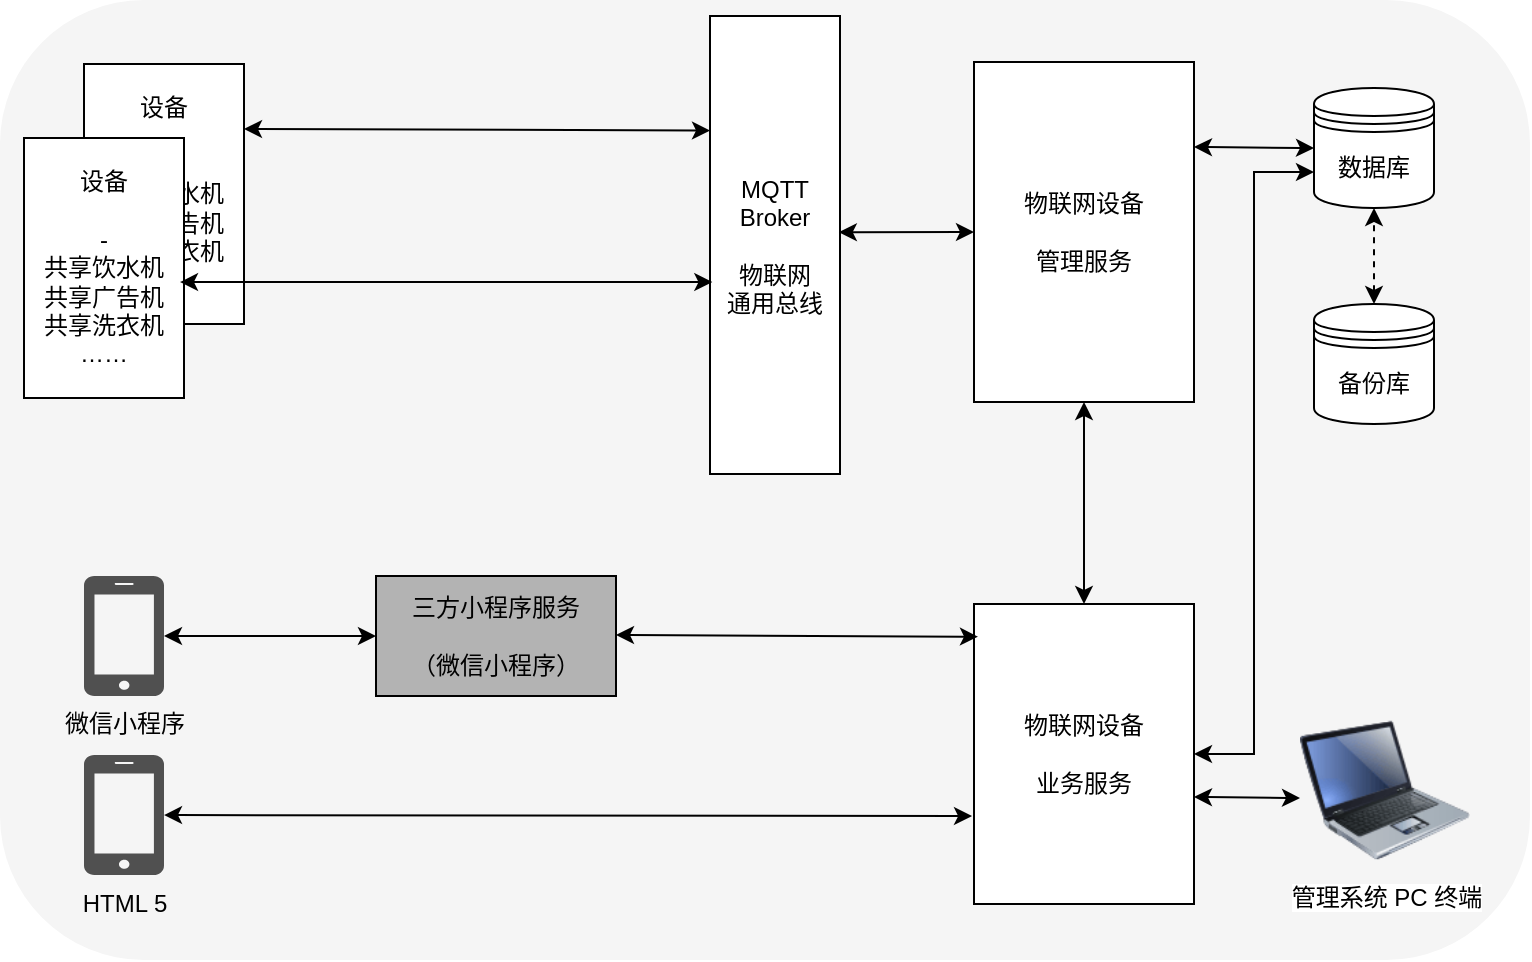
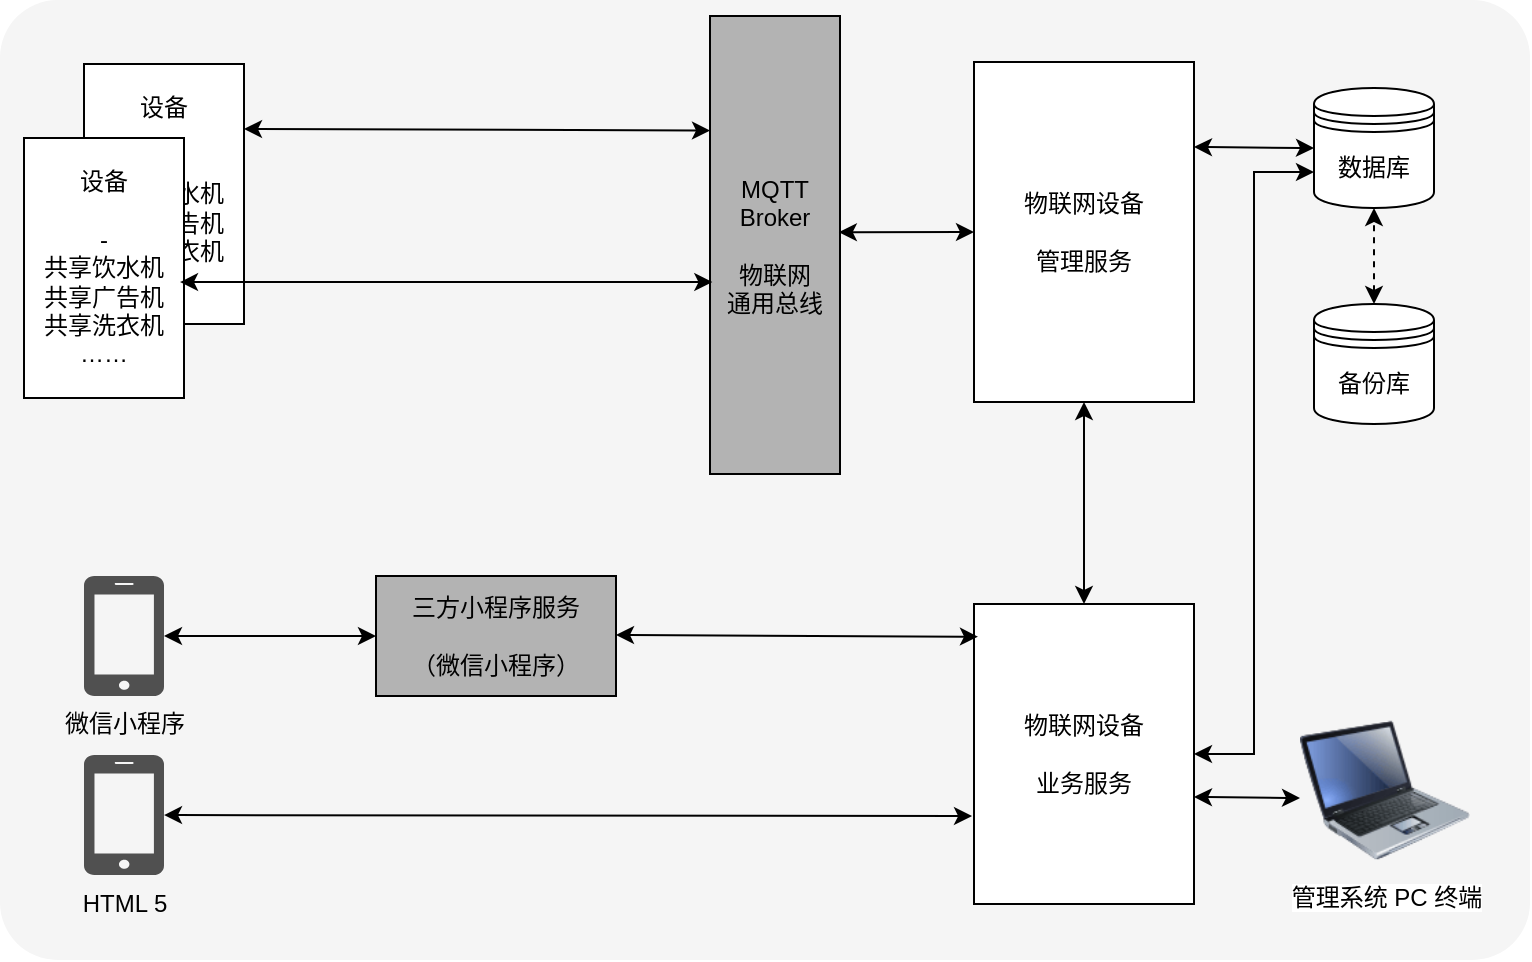
<mxfile host="app.diagrams.net">
  <diagram id="C5RBs43oDa-KdzZeNtuy" name="第 1 页">
    <mxGraphModel dx="1360" dy="843" grid="1" gridSize="10" guides="1" tooltips="1" connect="1" arrows="1" fold="1" page="1" pageScale="1" pageWidth="827" pageHeight="1169" math="0" shadow="0">
      <root>
        <mxCell id="WIyWlLk6GJQsqaUBKTNV-0" />
        <mxCell id="WIyWlLk6GJQsqaUBKTNV-1" parent="WIyWlLk6GJQsqaUBKTNV-0" />
-         <mxCell id="qAyuwfmOVgvhHWZnBFao-27" parent="WIyWlLk6GJQsqaUBKTNV-1" style="rounded=1;whiteSpace=wrap;html=1;fillColor=#f5f5f5;strokeColor=none;fontColor=#333333;" value="" vertex="1">
+         <mxCell id="qAyuwfmOVgvhHWZnBFao-27" parent="WIyWlLk6GJQsqaUBKTNV-1" style="rounded=1;whiteSpace=wrap;html=1;fillColor=#f5f5f5;strokeColor=none;fontColor=#333333;glass=0;shadow=0;arcSize=6;" value="" vertex="1">
          <mxGeometry height="480" width="765" x="23" y="48" as="geometry" />
        </mxCell>
-         <mxCell id="qAyuwfmOVgvhHWZnBFao-0" parent="WIyWlLk6GJQsqaUBKTNV-1" style="rounded=0;whiteSpace=wrap;html=1;" value="&lt;div&gt;MQTT&lt;/div&gt;&lt;div&gt;Broker&lt;/div&gt;&lt;div&gt;&lt;br&gt;&lt;/div&gt;&lt;div&gt;物联网&lt;/div&gt;&lt;div&gt;通用总线&lt;/div&gt;" vertex="1">
+         <mxCell id="qAyuwfmOVgvhHWZnBFao-0" parent="WIyWlLk6GJQsqaUBKTNV-1" style="rounded=0;whiteSpace=wrap;html=1;fillColor=#B3B3B3;" value="&lt;div&gt;MQTT&lt;/div&gt;&lt;div&gt;Broker&lt;/div&gt;&lt;div&gt;&lt;br&gt;&lt;/div&gt;&lt;div&gt;物联网&lt;/div&gt;&lt;div&gt;通用总线&lt;/div&gt;" vertex="1">
          <mxGeometry height="229" width="65" x="378" y="56" as="geometry" />
        </mxCell>
        <mxCell id="qAyuwfmOVgvhHWZnBFao-1" parent="WIyWlLk6GJQsqaUBKTNV-1" style="sketch=0;pointerEvents=1;shadow=0;dashed=0;html=1;strokeColor=none;fillColor=#505050;labelPosition=center;verticalLabelPosition=bottom;verticalAlign=top;outlineConnect=0;align=center;shape=mxgraph.office.devices.cell_phone_iphone_standalone;" value="微信小程序" vertex="1">
          <mxGeometry height="60" width="40" x="65" y="336" as="geometry" />
        </mxCell>
        <mxCell id="qAyuwfmOVgvhHWZnBFao-3" parent="WIyWlLk6GJQsqaUBKTNV-1" style="rounded=0;whiteSpace=wrap;html=1;" value="&lt;div&gt;物联网设备&lt;/div&gt;&lt;div&gt;&lt;br&gt;&lt;/div&gt;&lt;div&gt;管理服务&lt;/div&gt;" vertex="1">
          <mxGeometry height="170" width="110" x="510" y="79" as="geometry" />
        </mxCell>
        <mxCell id="qAyuwfmOVgvhHWZnBFao-4" parent="WIyWlLk6GJQsqaUBKTNV-1" style="rounded=0;whiteSpace=wrap;html=1;" value="&lt;div&gt;设备&lt;/div&gt;&lt;div&gt;&lt;br&gt;&lt;/div&gt;&lt;div&gt;-&lt;/div&gt;&lt;div&gt;共享饮水机&lt;/div&gt;&lt;div&gt;共享广告机&lt;/div&gt;&lt;div&gt;共享洗衣机&lt;/div&gt;&lt;div&gt;……&lt;/div&gt;" vertex="1">
          <mxGeometry height="130" width="80" x="65" y="80" as="geometry" />
        </mxCell>
        <mxCell id="qAyuwfmOVgvhHWZnBFao-5" parent="WIyWlLk6GJQsqaUBKTNV-1" style="rounded=0;whiteSpace=wrap;html=1;" value="&lt;div&gt;设备&lt;/div&gt;&lt;div&gt;&lt;br&gt;&lt;/div&gt;&lt;div&gt;-&lt;/div&gt;&lt;div&gt;共享饮水机&lt;/div&gt;&lt;div&gt;共享广告机&lt;/div&gt;&lt;div&gt;共享洗衣机&lt;/div&gt;&lt;div&gt;……&lt;/div&gt;" vertex="1">
          <mxGeometry height="130" width="80" x="35" y="117" as="geometry" />
        </mxCell>
        <mxCell id="qAyuwfmOVgvhHWZnBFao-6" edge="1" parent="WIyWlLk6GJQsqaUBKTNV-1" source="qAyuwfmOVgvhHWZnBFao-4" style="endArrow=classic;html=1;rounded=0;entryX=0;entryY=0.25;entryDx=0;entryDy=0;exitX=1;exitY=0.25;exitDx=0;exitDy=0;startArrow=classic;startFill=1;" target="qAyuwfmOVgvhHWZnBFao-0" value="">
          <mxGeometry height="50" relative="1" width="50" as="geometry">
            <mxPoint x="355" y="400" as="sourcePoint" />
            <mxPoint x="405" y="350" as="targetPoint" />
          </mxGeometry>
        </mxCell>
        <mxCell id="qAyuwfmOVgvhHWZnBFao-7" edge="1" parent="WIyWlLk6GJQsqaUBKTNV-1" source="qAyuwfmOVgvhHWZnBFao-5" style="endArrow=classic;html=1;rounded=0;entryX=0.018;entryY=0.581;entryDx=0;entryDy=0;exitX=0.975;exitY=0.554;exitDx=0;exitDy=0;entryPerimeter=0;exitPerimeter=0;startArrow=classic;startFill=1;" target="qAyuwfmOVgvhHWZnBFao-0" value="">
          <mxGeometry height="50" relative="1" width="50" as="geometry">
            <mxPoint x="115" y="187" as="sourcePoint" />
            <mxPoint x="245" y="187" as="targetPoint" />
          </mxGeometry>
        </mxCell>
        <mxCell id="qAyuwfmOVgvhHWZnBFao-9" edge="1" parent="WIyWlLk6GJQsqaUBKTNV-1" source="qAyuwfmOVgvhHWZnBFao-3" style="endArrow=classic;html=1;rounded=0;entryX=0.991;entryY=0.472;entryDx=0;entryDy=0;entryPerimeter=0;exitX=0;exitY=0.5;exitDx=0;exitDy=0;startArrow=classic;startFill=1;" target="qAyuwfmOVgvhHWZnBFao-0" value="">
          <mxGeometry height="50" relative="1" width="50" as="geometry">
            <mxPoint x="415" y="400" as="sourcePoint" />
            <mxPoint x="465" y="350" as="targetPoint" />
          </mxGeometry>
        </mxCell>
        <mxCell id="qAyuwfmOVgvhHWZnBFao-10" parent="WIyWlLk6GJQsqaUBKTNV-1" style="rounded=0;whiteSpace=wrap;html=1;" value="&lt;div&gt;物联网设备&lt;/div&gt;&lt;div&gt;&lt;br&gt;&lt;/div&gt;&lt;div&gt;业务服务&lt;/div&gt;" vertex="1">
          <mxGeometry height="150" width="110" x="510" y="350" as="geometry" />
        </mxCell>
        <mxCell id="qAyuwfmOVgvhHWZnBFao-11" parent="WIyWlLk6GJQsqaUBKTNV-1" style="sketch=0;pointerEvents=1;shadow=0;dashed=0;html=1;strokeColor=none;fillColor=#505050;labelPosition=center;verticalLabelPosition=bottom;verticalAlign=top;outlineConnect=0;align=center;shape=mxgraph.office.devices.cell_phone_iphone_standalone;" value="HTML 5" vertex="1">
          <mxGeometry height="60" width="40" x="65" y="425.5" as="geometry" />
        </mxCell>
        <mxCell id="qAyuwfmOVgvhHWZnBFao-19" edge="1" parent="WIyWlLk6GJQsqaUBKTNV-1" source="qAyuwfmOVgvhHWZnBFao-20" style="edgeStyle=orthogonalEdgeStyle;rounded=0;orthogonalLoop=1;jettySize=auto;html=1;startArrow=classic;startFill=1;exitX=0;exitY=0.7;exitDx=0;exitDy=0;" target="qAyuwfmOVgvhHWZnBFao-10" value="">
          <mxGeometry relative="1" as="geometry">
            <Array as="points">
              <mxPoint x="650" y="134" />
              <mxPoint x="650" y="425" />
            </Array>
          </mxGeometry>
        </mxCell>
        <mxCell id="qAyuwfmOVgvhHWZnBFao-12" parent="WIyWlLk6GJQsqaUBKTNV-1" style="image;html=1;image=img/lib/clip_art/computers/Laptop_128x128.png" value="管理系统 PC 终端" vertex="1">
          <mxGeometry height="80" width="85" x="673" y="403" as="geometry" />
        </mxCell>
        <mxCell id="qAyuwfmOVgvhHWZnBFao-13" parent="WIyWlLk6GJQsqaUBKTNV-1" style="rounded=0;whiteSpace=wrap;html=1;fillColor=#B3B3B3;" value="&lt;div&gt;三方小程序服务&lt;/div&gt;&lt;div&gt;&lt;br&gt;&lt;/div&gt;&lt;div&gt;（微信小程序）&lt;/div&gt;" vertex="1">
          <mxGeometry height="60" width="120" x="211" y="336" as="geometry" />
        </mxCell>
        <mxCell id="qAyuwfmOVgvhHWZnBFao-14" edge="1" parent="WIyWlLk6GJQsqaUBKTNV-1" source="qAyuwfmOVgvhHWZnBFao-1" style="endArrow=classic;startArrow=classic;html=1;rounded=0;entryX=0;entryY=0.5;entryDx=0;entryDy=0;" target="qAyuwfmOVgvhHWZnBFao-13" value="">
          <mxGeometry height="50" relative="1" width="50" as="geometry">
            <mxPoint x="355" y="365" as="sourcePoint" />
            <mxPoint x="405" y="315" as="targetPoint" />
          </mxGeometry>
        </mxCell>
        <mxCell id="qAyuwfmOVgvhHWZnBFao-15" edge="1" parent="WIyWlLk6GJQsqaUBKTNV-1" source="qAyuwfmOVgvhHWZnBFao-11" style="endArrow=classic;startArrow=classic;html=1;rounded=0;entryX=-0.009;entryY=0.707;entryDx=0;entryDy=0;entryPerimeter=0;" target="qAyuwfmOVgvhHWZnBFao-10" value="">
          <mxGeometry height="50" relative="1" width="50" as="geometry">
            <mxPoint x="355" y="371" as="sourcePoint" />
            <mxPoint x="505" y="451" as="targetPoint" />
          </mxGeometry>
        </mxCell>
        <mxCell id="qAyuwfmOVgvhHWZnBFao-16" edge="1" parent="WIyWlLk6GJQsqaUBKTNV-1" style="endArrow=classic;startArrow=classic;html=1;rounded=0;entryX=0.018;entryY=0.109;entryDx=0;entryDy=0;entryPerimeter=0;" target="qAyuwfmOVgvhHWZnBFao-10" value="">
          <mxGeometry height="50" relative="1" width="50" as="geometry">
            <mxPoint x="331" y="365.5" as="sourcePoint" />
            <mxPoint x="437" y="365.5" as="targetPoint" />
          </mxGeometry>
        </mxCell>
        <mxCell id="qAyuwfmOVgvhHWZnBFao-17" edge="1" parent="WIyWlLk6GJQsqaUBKTNV-1" source="qAyuwfmOVgvhHWZnBFao-10" style="endArrow=classic;startArrow=classic;html=1;rounded=0;entryX=0.5;entryY=1;entryDx=0;entryDy=0;exitX=0.5;exitY=0;exitDx=0;exitDy=0;" target="qAyuwfmOVgvhHWZnBFao-3" value="">
          <mxGeometry height="50" relative="1" width="50" as="geometry">
            <mxPoint x="355" y="371" as="sourcePoint" />
            <mxPoint x="565" y="321" as="targetPoint" />
          </mxGeometry>
        </mxCell>
        <mxCell id="qAyuwfmOVgvhHWZnBFao-20" parent="WIyWlLk6GJQsqaUBKTNV-1" style="shape=datastore;whiteSpace=wrap;html=1;" value="数据库" vertex="1">
          <mxGeometry height="60" width="60" x="680" y="92" as="geometry" />
        </mxCell>
        <mxCell id="qAyuwfmOVgvhHWZnBFao-22" parent="WIyWlLk6GJQsqaUBKTNV-1" style="shape=datastore;whiteSpace=wrap;html=1;" value="备份库" vertex="1">
          <mxGeometry height="60" width="60" x="680" y="200" as="geometry" />
        </mxCell>
        <mxCell id="qAyuwfmOVgvhHWZnBFao-23" edge="1" parent="WIyWlLk6GJQsqaUBKTNV-1" source="qAyuwfmOVgvhHWZnBFao-3" style="endArrow=classic;startArrow=classic;html=1;rounded=0;entryX=0;entryY=0.5;entryDx=0;entryDy=0;exitX=1;exitY=0.25;exitDx=0;exitDy=0;" target="qAyuwfmOVgvhHWZnBFao-20" value="">
          <mxGeometry height="50" relative="1" width="50" as="geometry">
            <mxPoint x="390" y="420" as="sourcePoint" />
            <mxPoint x="440" y="370" as="targetPoint" />
          </mxGeometry>
        </mxCell>
        <mxCell id="qAyuwfmOVgvhHWZnBFao-24" edge="1" parent="WIyWlLk6GJQsqaUBKTNV-1" source="qAyuwfmOVgvhHWZnBFao-22" style="endArrow=classic;startArrow=classic;html=1;rounded=0;entryX=0.5;entryY=1;entryDx=0;entryDy=0;exitX=0.5;exitY=0;exitDx=0;exitDy=0;dashed=1;" target="qAyuwfmOVgvhHWZnBFao-20" value="">
          <mxGeometry height="50" relative="1" width="50" as="geometry">
            <mxPoint x="840" y="140" as="sourcePoint" />
            <mxPoint x="900" y="140" as="targetPoint" />
          </mxGeometry>
        </mxCell>
        <mxCell id="qAyuwfmOVgvhHWZnBFao-26" edge="1" parent="WIyWlLk6GJQsqaUBKTNV-1" style="endArrow=classic;startArrow=classic;html=1;rounded=0;entryX=0;entryY=0.75;entryDx=0;entryDy=0;exitX=1;exitY=0.75;exitDx=0;exitDy=0;" value="">
          <mxGeometry height="50" relative="1" width="50" as="geometry">
            <mxPoint x="620" y="446.5" as="sourcePoint" />
            <mxPoint x="673" y="447" as="targetPoint" />
          </mxGeometry>
        </mxCell>
      </root>
    </mxGraphModel>
  </diagram>
</mxfile>
